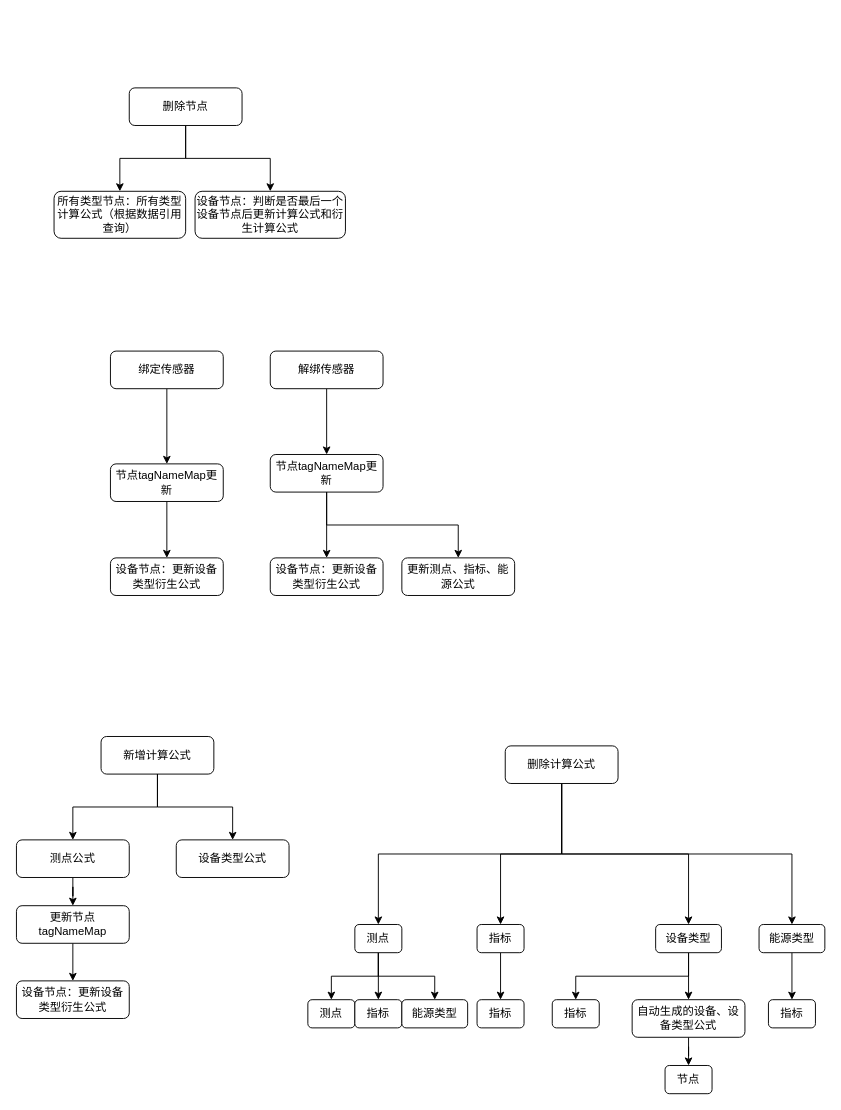
This is 能源管理-tagName更新.drawio from bird1225/draw, a draw.io file, before an edit. Source tidied: cells renumbered, new cells numbered last; positions are measured from the earlier drawing's top-left corner, leaving out a move shared by most shapes. Both pictures are drawn from the tidied source at 94%, with x=0, y=0 at pixel (16, 87).
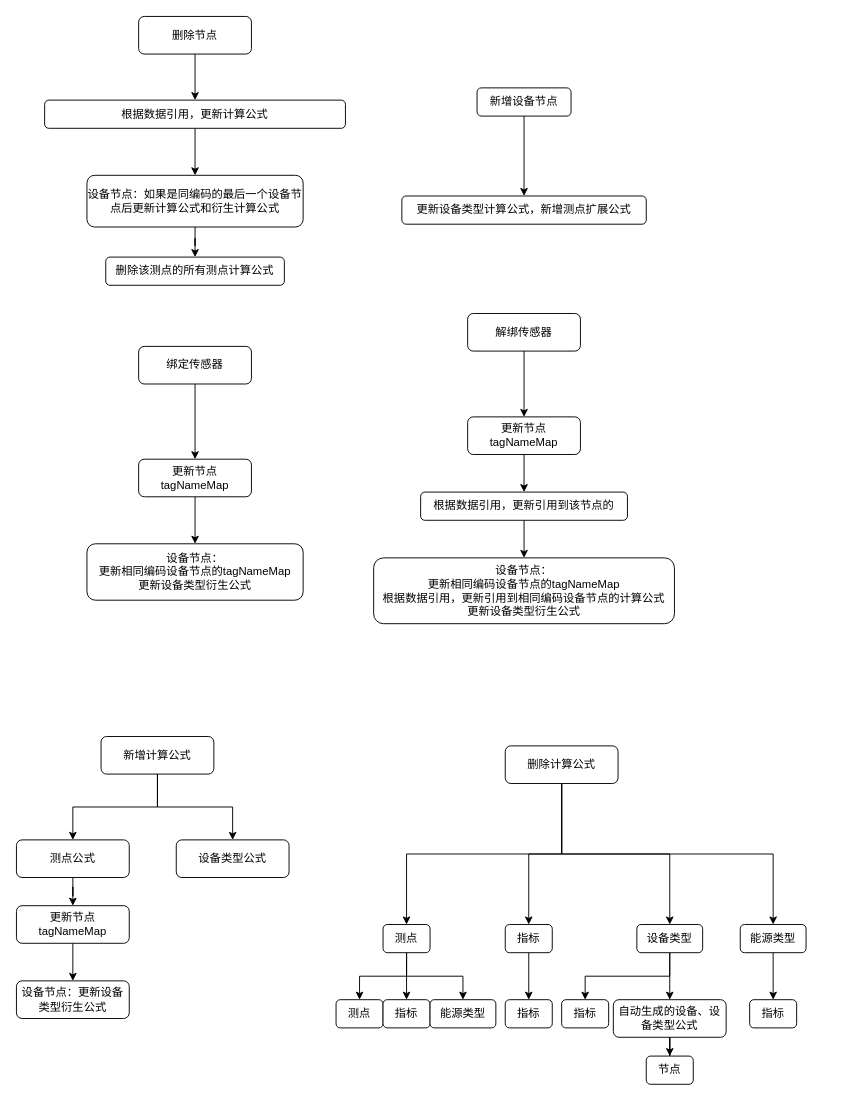
After the change.

Commit message:
更新能源管理-tagName更新.drawio

The edit, as a diff of the source:
```diff
@@
     <mxCell id="6" value="绑定传感器" style="rounded=1;whiteSpace=wrap;html=1;fontSize=12;glass=0;strokeWidth=1;shadow=0;" parent="1" vertex="1">
-      <mxGeometry x="100" y="280" width="120" height="40" as="geometry" />
+      <mxGeometry x="130" y="275" width="120" height="40" as="geometry" />
     </mxCell>
@@
     <mxCell id="8" value="解绑传感器" style="rounded=1;whiteSpace=wrap;html=1;fontSize=12;glass=0;strokeWidth=1;shadow=0;" parent="1" vertex="1">
-      <mxGeometry x="270" y="280" width="120" height="40" as="geometry" />
+      <mxGeometry x="480" y="240" width="120" height="40" as="geometry" />
     </mxCell>
@@
-    <mxCell id="10" style="edgeStyle=orthogonalEdgeStyle;rounded=0;jettySize=auto;html=1;" parent="1" edge="1" source="11" target="26">
-      <mxGeometry relative="1" as="geometry" />
-    </mxCell>
     <mxCell id="11" value="删除节点" style="rounded=1;whiteSpace=wrap;html=1;fontSize=12;glass=0;strokeWidth=1;shadow=0;" parent="1" vertex="1">
-      <mxGeometry x="120" width="120" height="40" as="geometry" />
+      <mxGeometry x="130" y="-76" width="120" height="40" as="geometry" />
     </mxCell>
@@
-    <mxCell id="18" value="节点tagNameMap更新" style="rounded=1;whiteSpace=wrap;html=1;fontSize=12;glass=0;strokeWidth=1;shadow=0;" parent="1" vertex="1">
-      <mxGeometry x="100" y="400" width="120" height="40" as="geometry" />
+    <mxCell id="18" value="更新节点tagNameMap" style="rounded=1;whiteSpace=wrap;html=1;fontSize=12;glass=0;strokeWidth=1;shadow=0;" parent="1" vertex="1">
+      <mxGeometry x="130" y="395" width="120" height="40" as="geometry" />
     </mxCell>
-    <mxCell id="19" value="设备节点：更新设备类型衍生公式" style="rounded=1;whiteSpace=wrap;html=1;fontSize=12;glass=0;strokeWidth=1;shadow=0;" parent="1" vertex="1">
-      <mxGeometry x="100" y="500" width="120" height="40" as="geometry" />
+    <mxCell id="19" value="&lt;div&gt;设备节点：&lt;/div&gt;&lt;div&gt;更新相同编码设备节点的tagNameMap&lt;br&gt;&lt;/div&gt;&lt;div&gt;更新设备类型衍生公式&lt;/div&gt;" style="rounded=1;whiteSpace=wrap;html=1;fontSize=12;glass=0;strokeWidth=1;shadow=0;" parent="1" vertex="1">
+      <mxGeometry x="75" y="485" width="230" height="60" as="geometry" />
     </mxCell>
-    <mxCell id="20" style="edgeStyle=orthogonalEdgeStyle;rounded=0;jettySize=auto;html=1;" parent="1" edge="1" source="22" target="23">
-      <mxGeometry relative="1" as="geometry" />
-    </mxCell>
@@
-    <mxCell id="22" value="节点tagNameMap更新" style="rounded=1;whiteSpace=wrap;html=1;fontSize=12;glass=0;strokeWidth=1;shadow=0;" parent="1" vertex="1">
-      <mxGeometry x="270" y="390" width="120" height="40" as="geometry" />
+    <mxCell id="22" value="更新节点tagNameMap" style="rounded=1;whiteSpace=wrap;html=1;fontSize=12;glass=0;strokeWidth=1;shadow=0;" parent="1" vertex="1">
+      <mxGeometry x="480" y="350" width="120" height="40" as="geometry" />
     </mxCell>
-    <mxCell id="23" value="设备节点：更新设备类型衍生公式" style="rounded=1;whiteSpace=wrap;html=1;fontSize=12;glass=0;strokeWidth=1;shadow=0;" parent="1" vertex="1">
-      <mxGeometry x="270" y="500" width="120" height="40" as="geometry" />
+    <mxCell id="23" value="设备节点：&lt;br&gt;&lt;div&gt;更新相同编码设备节点的tagNameMap&lt;/div&gt;&lt;div&gt;根据数据引用，更新引用到相同编码设备节点的计算公式&lt;/div&gt;&lt;div&gt;更新设备类型衍生公式&lt;/div&gt;" style="rounded=1;whiteSpace=wrap;html=1;fontSize=12;glass=0;strokeWidth=1;shadow=0;" parent="1" vertex="1">
+      <mxGeometry x="380" y="500" width="320" height="70" as="geometry" />
     </mxCell>
+    <mxCell id="53" style="edgeStyle=orthogonalEdgeStyle;rounded=0;jettySize=auto;html=1;" parent="1" edge="1" source="24" target="23">
+      <mxGeometry relative="1" as="geometry" />
+    </mxCell>
-    <mxCell id="24" value="更新测点、指标、能源公式" style="rounded=1;whiteSpace=wrap;html=1;fontSize=12;glass=0;strokeWidth=1;shadow=0;" parent="1" vertex="1">
-      <mxGeometry x="410" y="500" width="120" height="40" as="geometry" />
+    <mxCell id="24" value="根据数据引用，更新引用到该节点的" style="rounded=1;whiteSpace=wrap;html=1;fontSize=12;glass=0;strokeWidth=1;shadow=0;" parent="1" vertex="1">
+      <mxGeometry x="430" y="430" width="220" height="30" as="geometry" />
     </mxCell>
+    <mxCell id="54" style="edgeStyle=orthogonalEdgeStyle;rounded=0;jettySize=auto;html=1;" parent="1" edge="1" source="25" target="26">
+      <mxGeometry relative="1" as="geometry" />
+    </mxCell>
-    <mxCell id="25" value="所有类型节点：所有类型计算公式（根据数据引用查询）" style="rounded=1;whiteSpace=wrap;html=1;fontSize=12;glass=0;strokeWidth=1;shadow=0;" parent="1" vertex="1">
-      <mxGeometry x="40" y="110" width="140" height="50" as="geometry" />
+    <mxCell id="25" value="根据数据引用，更新计算公式" style="rounded=1;whiteSpace=wrap;html=1;fontSize=12;glass=0;strokeWidth=1;shadow=0;" parent="1" vertex="1">
+      <mxGeometry x="30" y="13" width="320" height="30" as="geometry" />
     </mxCell>
+    <mxCell id="55" style="edgeStyle=orthogonalEdgeStyle;rounded=0;jettySize=auto;html=1;" parent="1" edge="1" source="26" target="59">
+      <mxGeometry relative="1" as="geometry" />
+    </mxCell>
-    <mxCell id="26" value="设备节点：判断是否最后一个设备节点后更新计算公式和衍生计算公式" style="rounded=1;whiteSpace=wrap;html=1;fontSize=12;glass=0;strokeWidth=1;shadow=0;" parent="1" vertex="1">
-      <mxGeometry x="190" y="110" width="160" height="50" as="geometry" />
+    <mxCell id="26" value="设备节点：如果是同编码的最后一个设备节点后更新计算公式和衍生计算公式" style="rounded=1;whiteSpace=wrap;html=1;fontSize=12;glass=0;strokeWidth=1;shadow=0;" parent="1" vertex="1">
+      <mxGeometry x="75" y="93" width="230" height="55" as="geometry" />
     </mxCell>
@@
     <mxCell id="35" value="设备类型" style="rounded=1;whiteSpace=wrap;html=1;fontSize=12;glass=0;strokeWidth=1;shadow=0;" parent="1" vertex="1">
-      <mxGeometry x="680" y="890" width="70" height="30" as="geometry" />
+      <mxGeometry x="660" y="890" width="70" height="30" as="geometry" />
     </mxCell>
@@
     <mxCell id="37" value="能源类型" style="rounded=1;whiteSpace=wrap;html=1;fontSize=12;glass=0;strokeWidth=1;shadow=0;" parent="1" vertex="1">
-      <mxGeometry x="790" y="890" width="70" height="30" as="geometry" />
+      <mxGeometry x="770" y="890" width="70" height="30" as="geometry" />
     </mxCell>
@@
     <mxCell id="39" value="指标" style="rounded=1;whiteSpace=wrap;html=1;fontSize=12;glass=0;strokeWidth=1;shadow=0;" parent="1" vertex="1">
-      <mxGeometry x="490" y="890" width="50" height="30" as="geometry" />
+      <mxGeometry x="520" y="890" width="50" height="30" as="geometry" />
     </mxCell>
     <mxCell id="40" value="指标" style="rounded=1;whiteSpace=wrap;html=1;fontSize=12;glass=0;strokeWidth=1;shadow=0;" parent="1" vertex="1">
-      <mxGeometry x="800" y="970" width="50" height="30" as="geometry" />
+      <mxGeometry x="780" y="970" width="50" height="30" as="geometry" />
     </mxCell>
     <mxCell id="41" value="指标" style="rounded=1;whiteSpace=wrap;html=1;fontSize=12;glass=0;strokeWidth=1;shadow=0;" parent="1" vertex="1">
-      <mxGeometry x="570" y="970" width="50" height="30" as="geometry" />
+      <mxGeometry x="580" y="970" width="50" height="30" as="geometry" />
     </mxCell>
     <mxCell id="42" value="指标" style="rounded=1;whiteSpace=wrap;html=1;fontSize=12;glass=0;strokeWidth=1;shadow=0;" parent="1" vertex="1">
-      <mxGeometry x="490" y="970" width="50" height="30" as="geometry" />
+      <mxGeometry x="520" y="970" width="50" height="30" as="geometry" />
     </mxCell>
@@
     <mxCell id="44" value="自动生成的设备、设备类型公式" style="rounded=1;whiteSpace=wrap;html=1;fontSize=12;glass=0;strokeWidth=1;shadow=0;" parent="1" vertex="1">
-      <mxGeometry x="655" y="970" width="120" height="40" as="geometry" />
+      <mxGeometry x="635" y="970" width="120" height="40" as="geometry" />
     </mxCell>
     <mxCell id="45" value="节点" style="rounded=1;whiteSpace=wrap;html=1;fontSize=12;glass=0;strokeWidth=1;shadow=0;" parent="1" vertex="1">
-      <mxGeometry x="690" y="1040" width="50" height="30" as="geometry" />
+      <mxGeometry x="670" y="1030" width="50" height="30" as="geometry" />
     </mxCell>
@@
     <mxCell id="49" value="测点" style="rounded=1;whiteSpace=wrap;html=1;fontSize=12;glass=0;strokeWidth=1;shadow=0;" parent="1" vertex="1">
-      <mxGeometry x="360" y="890" width="50" height="30" as="geometry" />
+      <mxGeometry x="390" y="890" width="50" height="30" as="geometry" />
     </mxCell>
     <mxCell id="50" value="测点" style="rounded=1;whiteSpace=wrap;html=1;fontSize=12;glass=0;strokeWidth=1;shadow=0;" parent="1" vertex="1">
-      <mxGeometry x="310" y="970" width="50" height="30" as="geometry" />
+      <mxGeometry x="340" y="970" width="50" height="30" as="geometry" />
     </mxCell>
     <mxCell id="51" value="指标" style="rounded=1;whiteSpace=wrap;html=1;fontSize=12;glass=0;strokeWidth=1;shadow=0;" parent="1" vertex="1">
-      <mxGeometry x="360" y="970" width="50" height="30" as="geometry" />
+      <mxGeometry x="390" y="970" width="50" height="30" as="geometry" />
     </mxCell>
     <mxCell id="52" value="能源类型" style="rounded=1;whiteSpace=wrap;html=1;fontSize=12;glass=0;strokeWidth=1;shadow=0;" parent="1" vertex="1">
-      <mxGeometry x="410" y="970" width="70" height="30" as="geometry" />
+      <mxGeometry x="440" y="970" width="70" height="30" as="geometry" />
     </mxCell>
+    <mxCell id="56" style="edgeStyle=orthogonalEdgeStyle;rounded=0;jettySize=auto;html=1;" parent="1" edge="1" source="57" target="58">
+      <mxGeometry relative="1" as="geometry" />
+    </mxCell>
+    <mxCell id="57" value="新增设备节点" style="rounded=1;whiteSpace=wrap;html=1;fontSize=12;glass=0;strokeWidth=1;shadow=0;" parent="1" vertex="1">
+      <mxGeometry x="490" width="100" height="30" as="geometry" />
+    </mxCell>
+    <mxCell id="58" value="更新设备类型计算公式，新增测点扩展公式" style="rounded=1;whiteSpace=wrap;html=1;fontSize=12;glass=0;strokeWidth=1;shadow=0;" parent="1" vertex="1">
+      <mxGeometry x="410" y="115" width="260" height="30" as="geometry" />
+    </mxCell>
+    <mxCell id="59" value="删除该测点的所有测点计算公式" style="rounded=1;whiteSpace=wrap;html=1;fontSize=12;glass=0;strokeWidth=1;shadow=0;" parent="1" vertex="1">
+      <mxGeometry x="95" y="180" width="190" height="30" as="geometry" />
+    </mxCell>
```
